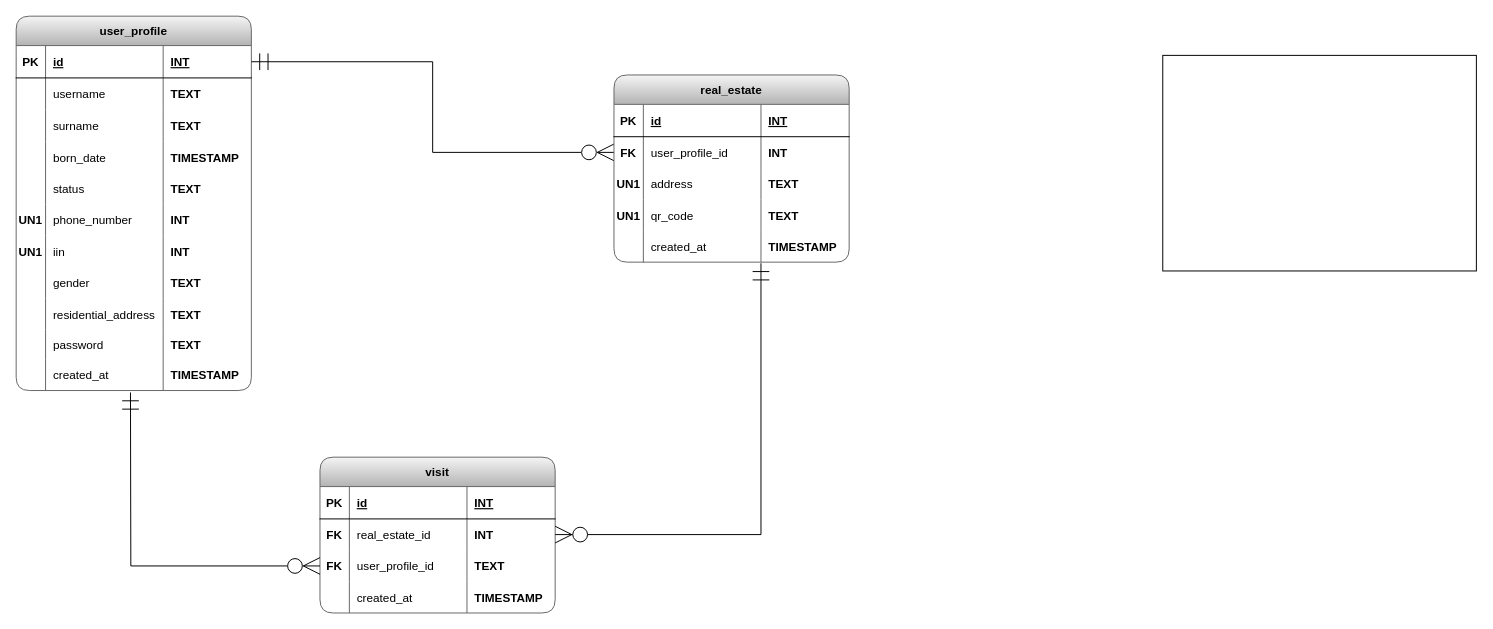
Above: ERD/erd.drawio in mskydream/ashyq (draw.io), before the change. Source tidied: cells renumbered, new cells numbered last; positions are measured from the earlier drawing's top-left corner, leaving out a move shared by most shapes. Both pictures are drawn from the tidied source at 98%, with x=0, y=0 at pixel (-112, 16).
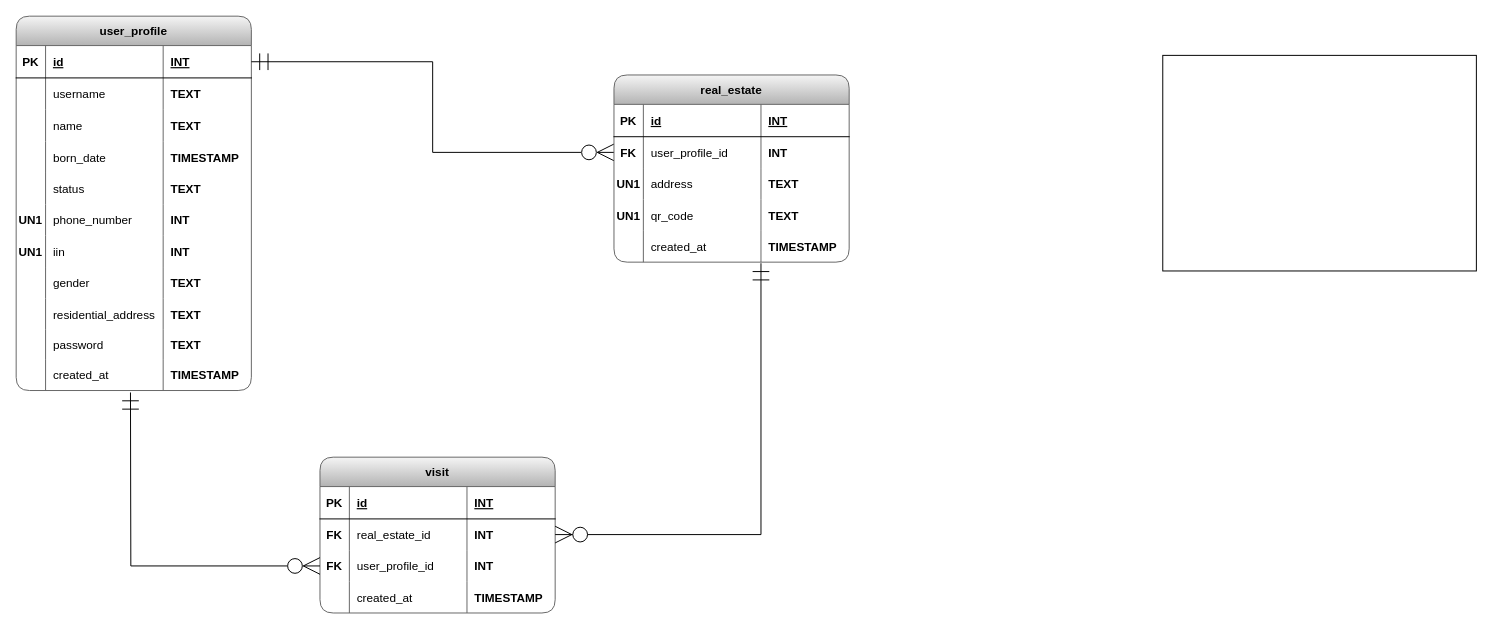
After the change.

The change refers to these unchanged cells:
```xml
<mxCell id="11" style="shape=tableRow;horizontal=0;startSize=0;swimlaneHead=0;swimlaneBody=0;fillColor=none;top=0;left=0;right=0;bottom=0;" parent="2" vertex="1">
  <mxGeometry y="95" width="240" height="33" as="geometry" />
</mxCell>
<mxCell id="78" style="shape=tableRow;horizontal=0;startSize=0;swimlaneHead=0;swimlaneBody=0;fillColor=none;points=[[0,0.5],[1,0.5]];portConstraint=eastwest;top=0;left=0;right=0;bottom=0;" parent="69" vertex="1">
  <mxGeometry y="95" width="240" height="32" as="geometry" />
</mxCell>
```

The edit, as a diff of the source:
```diff
@@
-    <mxCell id="13" value="surname" style="shape=partialRectangle;fillColor=none;top=0;left=0;bottom=0;right=0;align=left;spacingLeft=6;overflow=hidden;" parent="11" vertex="1">
+    <mxCell id="13" value="name" style="shape=partialRectangle;fillColor=none;top=0;left=0;bottom=0;right=0;align=left;spacingLeft=6;overflow=hidden;" parent="11" vertex="1">
       <mxGeometry x="30" width="120" height="33" as="geometry" />
     </mxCell>
@@
-    <mxCell id="81" value="TEXT" style="shape=partialRectangle;fillColor=none;top=0;left=0;bottom=0;right=0;align=left;spacingLeft=6;overflow=hidden;fontStyle=1;" parent="78" vertex="1">
+    <mxCell id="81" value="INT" style="shape=partialRectangle;fillColor=none;top=0;left=0;bottom=0;right=0;align=left;spacingLeft=6;overflow=hidden;fontStyle=1;" parent="78" vertex="1">
       <mxGeometry x="150" width="90" height="32" as="geometry" />
     </mxCell>
```
